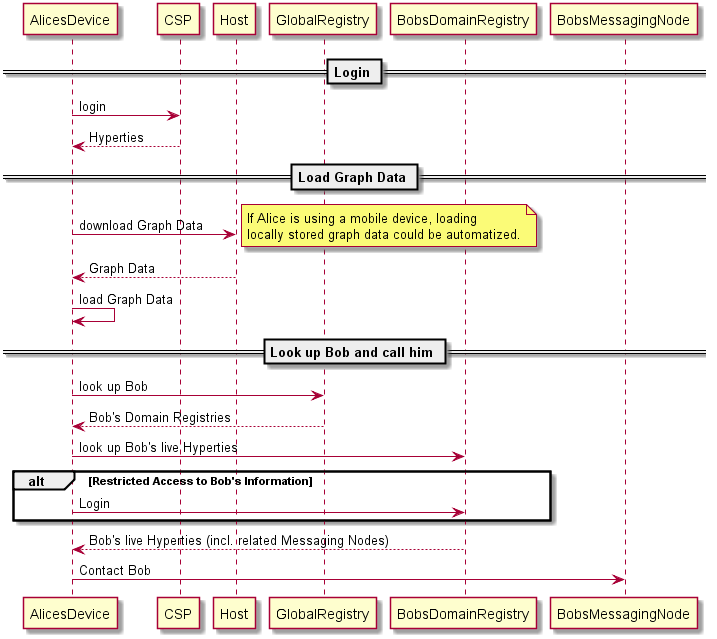
Above: docs/scenarios/tourism-application/GraphConnector.png in reTHINK-project/scenario-service-implementation (PlantUML), before the change.
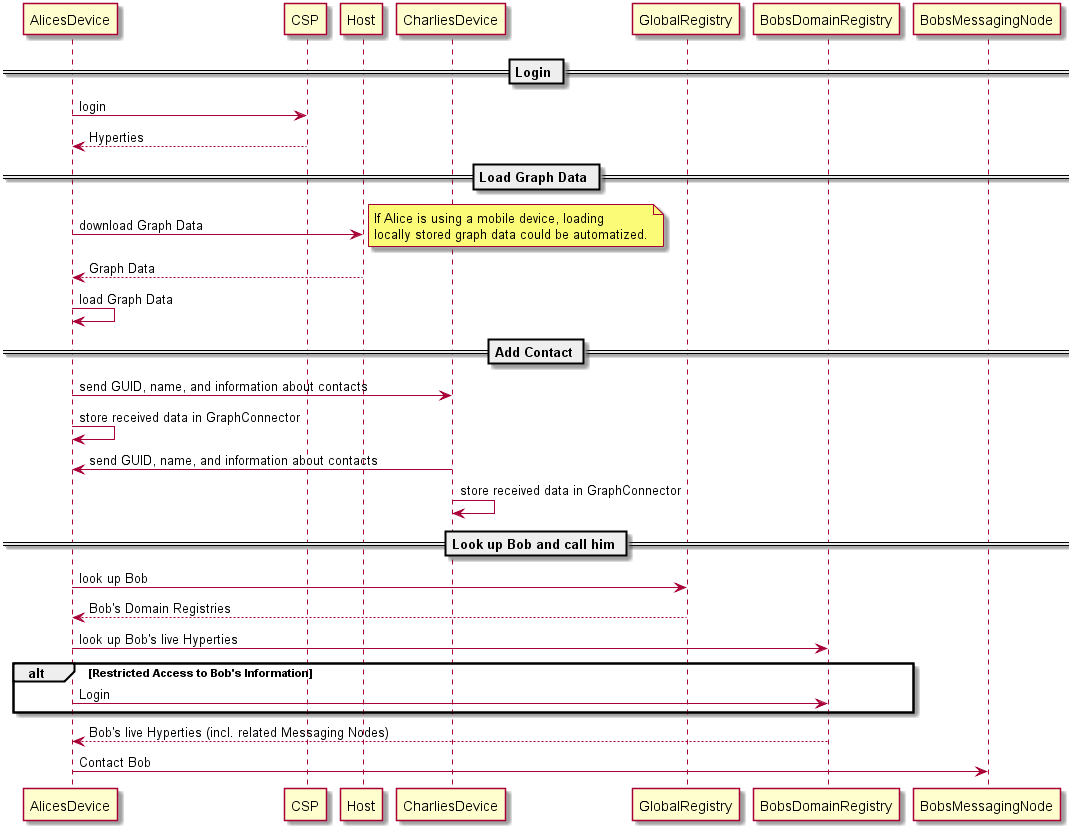
The same diagram one commit later.

Commit message:
update figures tourism scenario

The edit, as a diff of the source:
```diff
@@ -7,8 +7,6 @@
 
 == Load Graph Data ==
 
-
-
 AlicesDevice -> Host: download Graph Data
 note right
 If Alice is using a mobile device, loading
@@ -16,6 +14,14 @@
 end note
 AlicesDevice <-- Host: Graph Data
 AlicesDevice <- AlicesDevice: load Graph Data
+
+== Add Contact ==
+
+AlicesDevice -> CharliesDevice: send GUID, name, and information about contacts
+AlicesDevice -> AlicesDevice: store received data in GraphConnector
+CharliesDevice -> AlicesDevice: send GUID, name, and information about contacts
+CharliesDevice -> CharliesDevice: store received data in GraphConnector
+
 
 == Look up Bob and call him ==
 
```
